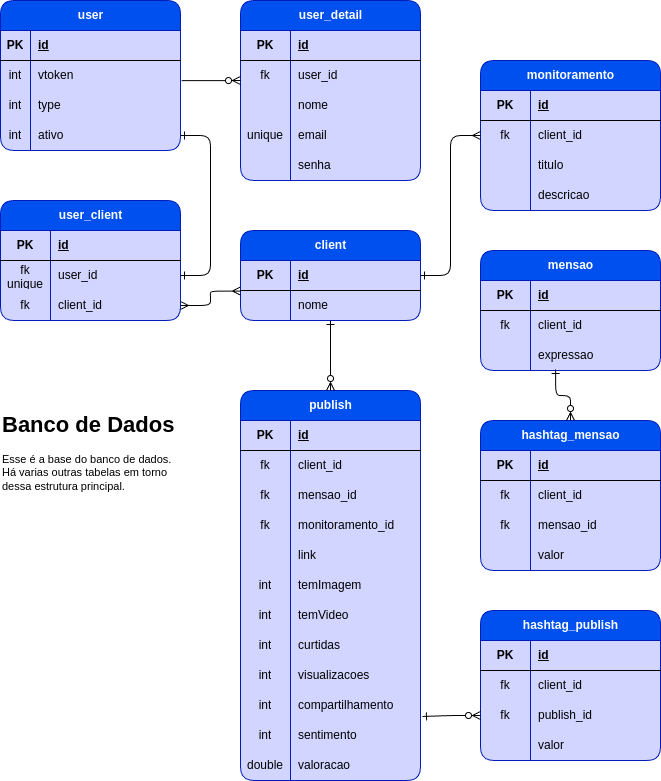
Above: datanexa_db.png in DataNexa/datanexa_api (draw.io), before the change. Source tidied: cells renumbered, new cells last; positions are measured from the earlier drawing's top-left corner, leaving out a move shared by most shapes.
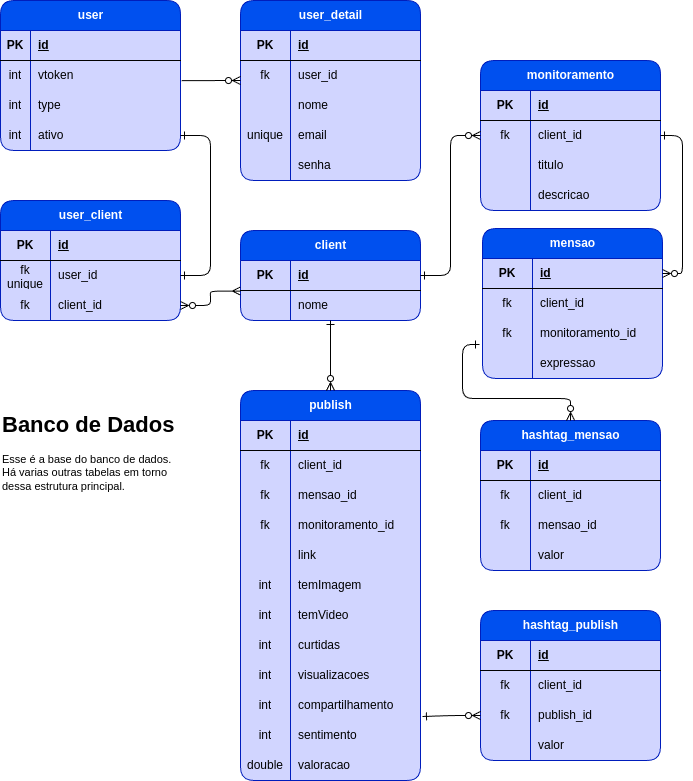
Above is the later version.

The edit, as a diff of the source:
```diff
@@ -188,7 +188,7 @@
     <mxCell id="63" style="edgeStyle=orthogonalEdgeStyle;rounded=1;jettySize=auto;html=1;entryX=0;entryY=0.5;entryDx=0;entryDy=0;strokeColor=none;" parent="1" edge="1" source="45" target="35">
       <mxGeometry relative="1" as="geometry" />
     </mxCell>
-    <mxCell id="64" style="edgeStyle=entityRelationEdgeStyle;fontSize=12;html=1;endArrow=ERmany;startArrow=ERmany;rounded=1;align=center;verticalAlign=middle;fontFamily=Helvetica;fontColor=default;labelBackgroundColor=default;entryX=-0.001;entryY=1.02;entryDx=0;entryDy=0;entryPerimeter=0;exitX=1;exitY=0.5;exitDx=0;exitDy=0;" parent="1" edge="1" source="45" target="32">
+    <mxCell id="64" style="edgeStyle=entityRelationEdgeStyle;fontSize=12;html=1;endArrow=ERmany;startArrow=ERzeroToMany;rounded=1;align=center;verticalAlign=middle;fontFamily=Helvetica;fontColor=default;labelBackgroundColor=default;entryX=-0.001;entryY=1.02;entryDx=0;entryDy=0;entryPerimeter=0;exitX=1;exitY=0.5;exitDx=0;exitDy=0;startFill=0;" parent="1" edge="1" source="45" target="32">
       <mxGeometry relative="1" as="geometry">
         <Array as="points">
           <mxPoint x="220" y="288" />
@@ -196,7 +196,7 @@
       </mxGeometry>
     </mxCell>
     <mxCell id="65" value="mensao" style="shape=table;startSize=30;rowLines=0;fontStyle=1;align=center;html=1;fillColor=#0050ef;strokeColor=#001DBC;fontColor=#ffffff;labelBackgroundColor=none;shadow=0;gradientColor=none;swimlaneFillColor=#D1D5FF;rounded=1;" parent="1" vertex="1">
-      <mxGeometry x="480" y="250" width="180" height="120" as="geometry" />
+      <mxGeometry x="482" y="228" width="180" height="150" as="geometry" />
     </mxCell>
     <mxCell id="66" style="shape=tableRow;horizontal=0;startSize=0;swimlaneHead=0;swimlaneBody=0;fillColor=none;points=[[0,0.5],[1,0.5]];portConstraint=eastwest;top=0;left=0;right=0;bottom=1;rounded=1;" parent="65" vertex="1">
       <mxGeometry y="30" width="180" height="30" as="geometry" />
@@ -219,13 +219,22 @@
     <mxCell id="72" style="shape=tableRow;horizontal=0;startSize=0;swimlaneHead=0;swimlaneBody=0;fillColor=none;points=[[0,0.5],[1,0.5]];portConstraint=eastwest;top=0;left=0;right=0;bottom=0;rounded=1;" parent="65" vertex="1">
       <mxGeometry y="90" width="180" height="30" as="geometry" />
     </mxCell>
-    <mxCell id="73" style="shape=partialRectangle;fillColor=none;top=0;left=0;bottom=0;right=0;overflow=hidden;whiteSpace=wrap;html=1;rounded=1;" parent="72" vertex="1">
+    <mxCell id="73" value="fk" style="shape=partialRectangle;fillColor=none;top=0;left=0;bottom=0;right=0;overflow=hidden;whiteSpace=wrap;html=1;rounded=1;" parent="72" vertex="1">
       <mxGeometry width="50" height="30" as="geometry" />
     </mxCell>
-    <mxCell id="74" value="expressao" style="shape=partialRectangle;fillColor=none;top=0;left=0;bottom=0;right=0;align=left;spacingLeft=6;overflow=hidden;whiteSpace=wrap;html=1;rounded=1;" parent="72" vertex="1">
+    <mxCell id="74" value="monitoramento_id" style="shape=partialRectangle;fillColor=none;top=0;left=0;bottom=0;right=0;align=left;spacingLeft=6;overflow=hidden;whiteSpace=wrap;html=1;rounded=1;" parent="72" vertex="1">
       <mxGeometry x="50" width="130" height="30" as="geometry" />
     </mxCell>
+    <mxCell id="143" style="shape=tableRow;horizontal=0;startSize=0;swimlaneHead=0;swimlaneBody=0;fillColor=none;top=0;left=0;right=0;bottom=0;rounded=1;" parent="65" vertex="1">
+      <mxGeometry y="120" width="180" height="30" as="geometry" />
+    </mxCell>
+    <mxCell id="144" style="shape=partialRectangle;fillColor=none;top=0;left=0;bottom=0;right=0;overflow=hidden;whiteSpace=wrap;html=1;rounded=1;" parent="143" vertex="1">
+      <mxGeometry width="50" height="30" as="geometry" />
+    </mxCell>
+    <mxCell id="145" value="expressao" style="shape=partialRectangle;fillColor=none;top=0;left=0;bottom=0;right=0;align=left;spacingLeft=6;overflow=hidden;whiteSpace=wrap;html=1;rounded=1;" parent="143" vertex="1">
+      <mxGeometry x="50" width="130" height="30" as="geometry" />
+    </mxCell>
-    <mxCell id="75" style="edgeStyle=orthogonalEdgeStyle;shape=connector;rounded=1;jettySize=auto;html=1;entryX=1;entryY=0.5;entryDx=0;entryDy=0;align=center;verticalAlign=middle;fontFamily=Helvetica;fontSize=11;fontColor=default;labelBackgroundColor=default;endArrow=ERone;endFill=0;startArrow=ERmany;startFill=0;" parent="1" edge="1" source="52" target="32">
+    <mxCell id="75" style="edgeStyle=orthogonalEdgeStyle;shape=connector;rounded=1;jettySize=auto;html=1;entryX=1;entryY=0.5;entryDx=0;entryDy=0;align=center;verticalAlign=middle;fontFamily=Helvetica;fontSize=11;fontColor=default;labelBackgroundColor=default;endArrow=ERone;endFill=0;startArrow=ERzeroToMany;startFill=0;" parent="1" edge="1" source="52" target="32">
       <mxGeometry relative="1" as="geometry" />
     </mxCell>
     <mxCell id="76" value="hashtag_mensao" style="shape=table;startSize=30;rowLines=0;fontStyle=1;align=center;html=1;fillColor=#0050ef;strokeColor=#001DBC;fontColor=#ffffff;labelBackgroundColor=none;shadow=0;gradientColor=none;swimlaneFillColor=#D1D5FF;rounded=1;" parent="1" vertex="1">
@@ -420,8 +429,14 @@
     <mxCell id="139" value="valor" style="shape=partialRectangle;fillColor=none;top=0;left=0;bottom=0;right=0;align=left;spacingLeft=6;overflow=hidden;whiteSpace=wrap;html=1;rounded=1;" parent="137" vertex="1">
       <mxGeometry x="50" width="130" height="30" as="geometry" />
     </mxCell>
-    <mxCell id="140" style="edgeStyle=orthogonalEdgeStyle;shape=connector;rounded=1;jettySize=auto;html=1;entryX=0.417;entryY=0.967;entryDx=0;entryDy=0;entryPerimeter=0;align=center;verticalAlign=middle;fontFamily=Helvetica;fontSize=11;fontColor=default;labelBackgroundColor=default;endArrow=ERone;endFill=0;startArrow=ERzeroToMany;startFill=0;" parent="1" edge="1" source="76" target="72">
-      <mxGeometry relative="1" as="geometry" />
+    <mxCell id="140" style="edgeStyle=orthogonalEdgeStyle;shape=connector;rounded=1;jettySize=auto;html=1;entryX=-0.017;entryY=0.867;entryDx=0;entryDy=0;entryPerimeter=0;align=center;verticalAlign=middle;fontFamily=Helvetica;fontSize=11;fontColor=default;labelBackgroundColor=default;endArrow=ERone;endFill=0;startArrow=ERzeroToMany;startFill=0;" parent="1" edge="1" source="76" target="72">
+      <mxGeometry relative="1" as="geometry">
+        <Array as="points">
+          <mxPoint x="570" y="398" />
+          <mxPoint x="462" y="398" />
+          <mxPoint x="462" y="344" />
+        </Array>
+      </mxGeometry>
     </mxCell>
     <mxCell id="141" style="edgeStyle=orthogonalEdgeStyle;shape=connector;rounded=1;jettySize=auto;html=1;entryX=1.011;entryY=-0.133;entryDx=0;entryDy=0;entryPerimeter=0;align=center;verticalAlign=middle;fontFamily=Helvetica;fontSize=11;fontColor=default;labelBackgroundColor=default;endArrow=ERone;endFill=0;startArrow=ERzeroToMany;startFill=0;" parent="1" edge="1" source="134" target="120">
       <mxGeometry relative="1" as="geometry" />
@@ -429,5 +444,8 @@
     <mxCell id="142" value="&lt;h1 style=&quot;margin-top: 0px;&quot;&gt;Banco de Dados&lt;/h1&gt;&lt;p&gt;Esse é a base do banco de dados. Há varias outras tabelas em torno dessa estrutura principal.&lt;/p&gt;" style="text;html=1;whiteSpace=wrap;overflow=hidden;rounded=1;fontFamily=Helvetica;fontSize=11;fontColor=default;labelBackgroundColor=default;" parent="1" vertex="1">
       <mxGeometry y="405" width="180" height="120" as="geometry" />
     </mxCell>
+    <mxCell id="146" style="edgeStyle=orthogonalEdgeStyle;shape=connector;rounded=1;jettySize=auto;html=1;exitX=1;exitY=0.5;exitDx=0;exitDy=0;entryX=1;entryY=0.5;entryDx=0;entryDy=0;align=center;verticalAlign=middle;fontFamily=Helvetica;fontSize=11;fontColor=default;labelBackgroundColor=default;endArrow=ERone;endFill=0;startArrow=ERzeroToMany;startFill=0;" parent="1" edge="1" source="66" target="52">
+      <mxGeometry relative="1" as="geometry" />
+    </mxCell>
   </root>
 </mxGraphModel>
```
